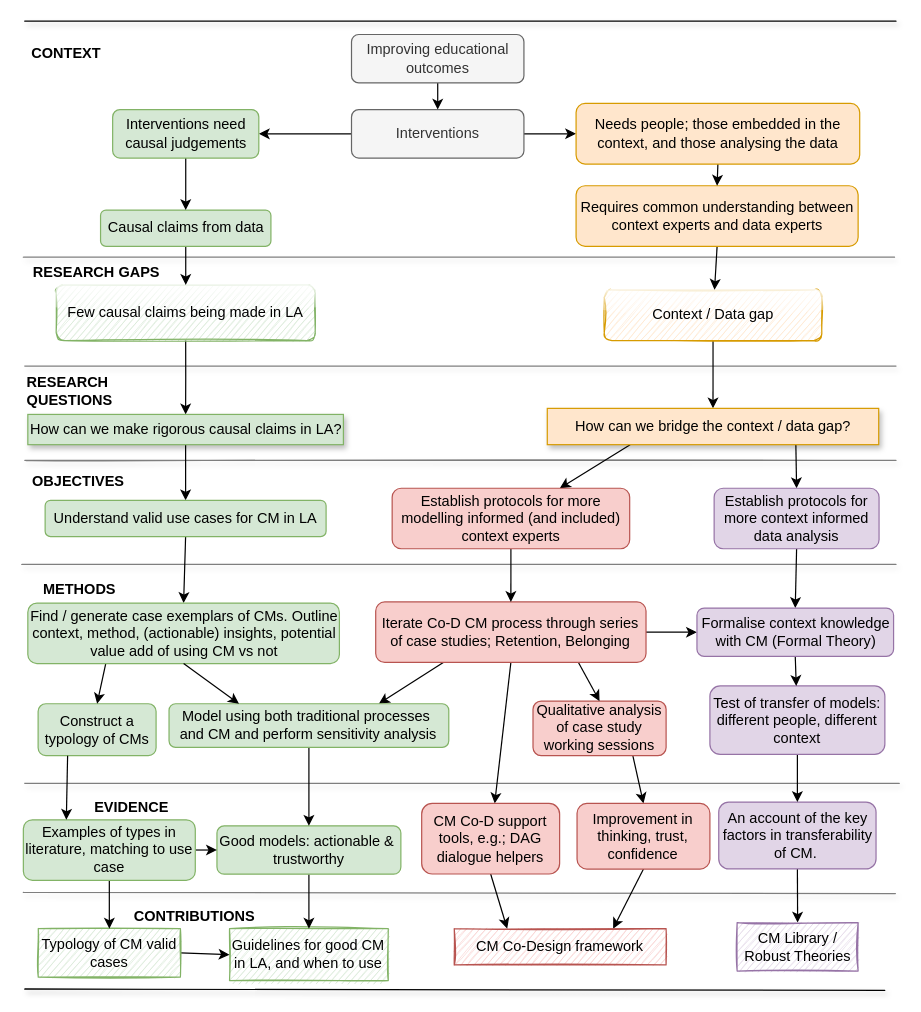
benwhicks/phd keeps this draw.io diagram as page "Page-9" (9 of 9) of Thesis diagram.drawio. Above is the earlier version. Source tidied: cells renumbered, new cells numbered last; positions are measured from the earlier drawing's top-left corner, leaving out a move shared by most shapes. Both pictures are drawn from the tidied source at 121%, with x=0, y=0 at pixel (22, 21).
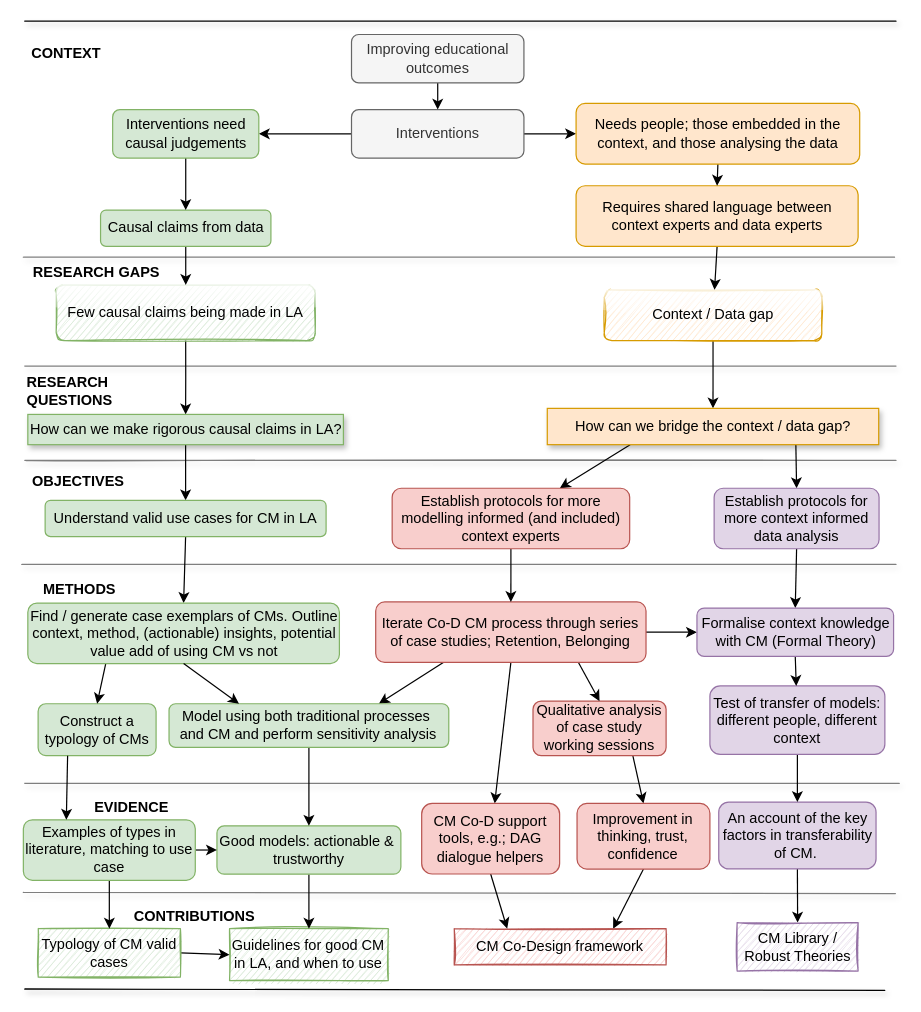
The same page after the edit.

The edit, as a diff of the source:
```diff
@@
-    <mxCell id="40" value="Requires common understanding between context experts and data experts" style="rounded=1;whiteSpace=wrap;html=1;fillColor=#ffe6cc;strokeColor=#d79b00;" parent="1" vertex="1">
+    <mxCell id="40" value="Requires shared language between context experts and data experts" style="rounded=1;whiteSpace=wrap;html=1;fillColor=#ffe6cc;strokeColor=#d79b00;" parent="1" vertex="1">
       <mxGeometry x="457.6" y="136" width="233.1" height="50.1" as="geometry" />
     </mxCell>
```
